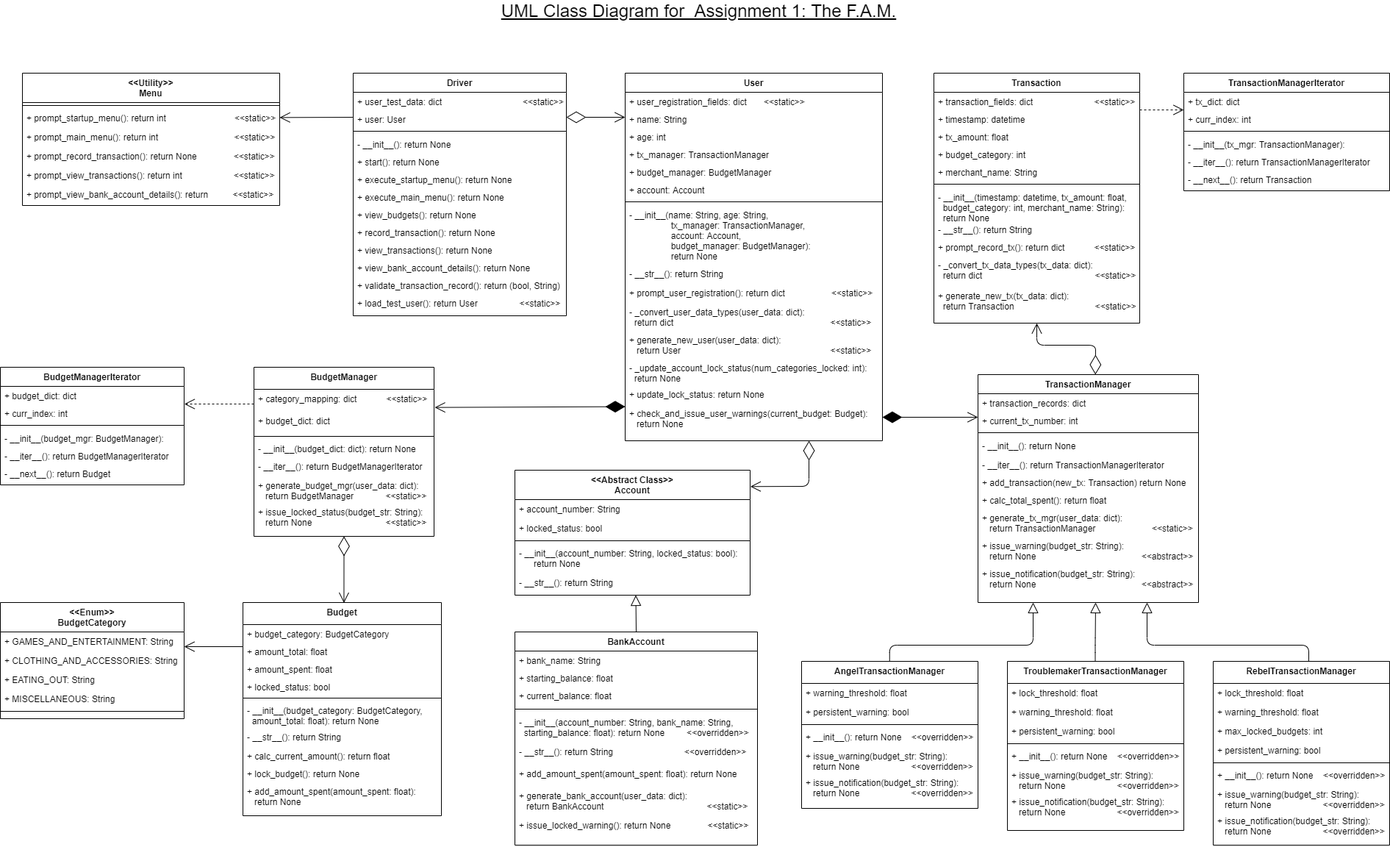
The draw.io diagram uml_class_diagram.png in Edwin-Pau/FAM-Application, before a commit. Source tidied: cells renumbered, new cells last; positions are measured from the earlier drawing's top-left corner, leaving out a move shared by most shapes.
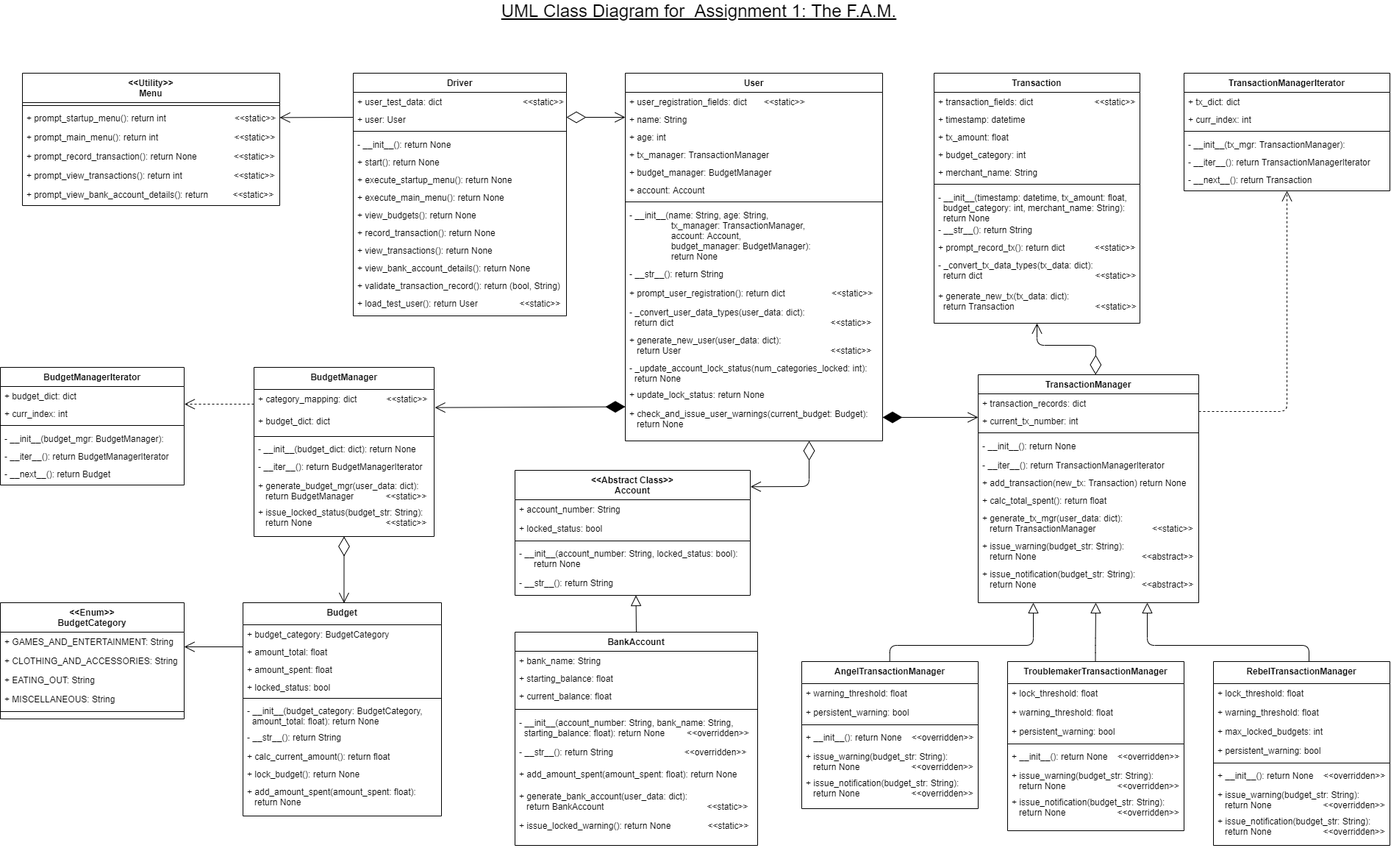
Above is the later version.

Commit message:
Fix UML class diagram arrow for TransactionManager

The edit, as a diff of the source:
```diff
@@ -348,10 +348,12 @@
     <mxCell id="108" value="- __next__(): return Budget" style="text;align=left;verticalAlign=top;spacingLeft=4;spacingRight=4;overflow=hidden;" parent="102" vertex="1">
       <mxGeometry y="132" width="250" height="24" as="geometry" />
     </mxCell>
-    <mxCell id="109" style="endArrow=open;endFill=1;endSize=12;html=1;strokeWidth=1;fontSize=13;dashed=1;" parent="1" edge="1">
+    <mxCell id="109" style="endArrow=open;endFill=1;endSize=12;html=1;strokeWidth=1;fontSize=13;dashed=1;entryX=0.5;entryY=1;entryDx=0;entryDy=0;" parent="1" edge="1" target="22">
       <mxGeometry relative="1" as="geometry">
-        <mxPoint x="1550" y="145" as="sourcePoint" />
-        <mxPoint x="1610" y="145" as="targetPoint" />
+        <mxPoint x="1630" y="555" as="sourcePoint" />
+        <Array as="points">
+          <mxPoint x="1750" y="555" />
+        </Array>
       </mxGeometry>
     </mxCell>
     <mxCell id="110" style="endArrow=open;endFill=1;endSize=12;html=1;strokeWidth=1;fontSize=13;dashed=1;entryX=1.001;entryY=0.001;entryDx=0;entryDy=0;entryPerimeter=0;" parent="1" edge="1" target="104">
```
